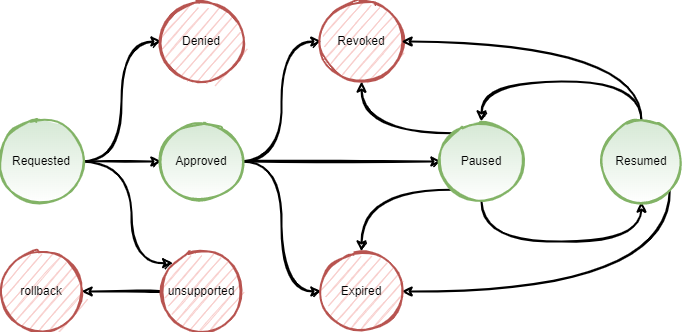
Above: lifecycle/consent.png in iSPIRT/DEPA (draw.io), before the change. Source tidied: cells renumbered, new cells last; positions are measured from the earlier drawing's top-left corner, leaving out a move shared by most shapes. Its diagram source:
```xml
<mxGraphModel background="#FFFFFF">
  <root>
    <mxCell id="0" />
    <mxCell id="1" parent="0" />
    <mxCell id="2" style="edgeStyle=orthogonalEdgeStyle;rounded=0;jettySize=auto;html=1;strokeWidth=2;sketch=1;curved=1;" parent="1" edge="1" source="5" target="9">
      <mxGeometry relative="1" as="geometry" />
    </mxCell>
    <mxCell id="3" style="edgeStyle=orthogonalEdgeStyle;rounded=0;jettySize=auto;html=1;strokeWidth=2;sketch=1;curved=1;entryX=0;entryY=0.5;entryDx=0;entryDy=0;" parent="1" edge="1" source="5" target="14">
      <mxGeometry relative="1" as="geometry" />
    </mxCell>
    <mxCell id="4" style="edgeStyle=orthogonalEdgeStyle;jettySize=auto;html=1;entryX=0;entryY=0;entryDx=0;entryDy=0;sketch=1;curved=1;strokeWidth=2;" parent="1" edge="1" source="5" target="22">
      <mxGeometry relative="1" as="geometry">
        <Array as="points">
          <mxPoint x="130" y="160" />
          <mxPoint x="130" y="262" />
        </Array>
      </mxGeometry>
    </mxCell>
    <mxCell id="5" value="Requested" style="ellipse;whiteSpace=wrap;html=1;strokeWidth=2;rounded=0;sketch=1;fillColor=#d5e8d4;strokeColor=#82b366;gradientColor=#ffffff;" parent="1" vertex="1">
      <mxGeometry y="120" width="80" height="80" as="geometry" />
    </mxCell>
    <mxCell id="6" style="edgeStyle=orthogonalEdgeStyle;rounded=0;jettySize=auto;html=1;strokeWidth=2;sketch=1;curved=1;" parent="1" edge="1" source="9" target="13">
      <mxGeometry relative="1" as="geometry" />
    </mxCell>
    <mxCell id="7" style="edgeStyle=orthogonalEdgeStyle;rounded=0;jettySize=auto;html=1;strokeWidth=2;sketch=1;curved=1;entryX=0;entryY=0.5;entryDx=0;entryDy=0;exitX=1;exitY=0.5;exitDx=0;exitDy=0;" parent="1" edge="1" source="9" target="15">
      <mxGeometry relative="1" as="geometry" />
    </mxCell>
    <mxCell id="8" style="edgeStyle=orthogonalEdgeStyle;jettySize=auto;html=1;entryX=0;entryY=0.5;entryDx=0;entryDy=0;strokeWidth=2;curved=1;sketch=1;" parent="1" edge="1" source="9" target="20">
      <mxGeometry relative="1" as="geometry" />
    </mxCell>
    <mxCell id="9" value="Approved" style="ellipse;whiteSpace=wrap;html=1;strokeWidth=2;rounded=0;sketch=1;fillColor=#d5e8d4;strokeColor=#82b366;gradientColor=#ffffff;" parent="1" vertex="1">
      <mxGeometry x="160" y="120" width="80" height="80" as="geometry" />
    </mxCell>
    <mxCell id="10" style="edgeStyle=orthogonalEdgeStyle;rounded=0;jettySize=auto;html=1;strokeWidth=2;sketch=1;curved=1;exitX=0.5;exitY=1;exitDx=0;exitDy=0;entryX=0.5;entryY=1;entryDx=0;entryDy=0;" parent="1" edge="1" source="13" target="19">
      <mxGeometry relative="1" as="geometry">
        <Array as="points">
          <mxPoint x="480" y="240" />
          <mxPoint x="640" y="240" />
        </Array>
      </mxGeometry>
    </mxCell>
    <mxCell id="11" style="edgeStyle=orthogonalEdgeStyle;curved=1;sketch=1;jettySize=auto;html=1;exitX=0;exitY=1;exitDx=0;exitDy=0;entryX=0.5;entryY=0;entryDx=0;entryDy=0;strokeWidth=2;" parent="1" edge="1" source="13" target="20">
      <mxGeometry relative="1" as="geometry" />
    </mxCell>
    <mxCell id="12" style="edgeStyle=orthogonalEdgeStyle;curved=1;sketch=1;jettySize=auto;html=1;exitX=0;exitY=0;exitDx=0;exitDy=0;entryX=0.5;entryY=1;entryDx=0;entryDy=0;strokeWidth=2;" parent="1" edge="1" source="13" target="15">
      <mxGeometry relative="1" as="geometry" />
    </mxCell>
    <mxCell id="13" value="Paused" style="ellipse;whiteSpace=wrap;html=1;strokeWidth=2;rounded=0;sketch=1;fillColor=#d5e8d4;strokeColor=#82b366;gradientColor=#ffffff;" parent="1" vertex="1">
      <mxGeometry x="440" y="120" width="80" height="80" as="geometry" />
    </mxCell>
    <mxCell id="14" value="Denied" style="ellipse;whiteSpace=wrap;html=1;strokeWidth=2;rounded=0;sketch=1;fillColor=#f8cecc;strokeColor=#b85450;" parent="1" vertex="1">
      <mxGeometry x="160" width="80" height="80" as="geometry" />
    </mxCell>
    <mxCell id="15" value="Revoked" style="ellipse;whiteSpace=wrap;html=1;strokeWidth=2;rounded=0;sketch=1;fillColor=#f8cecc;strokeColor=#b85450;" parent="1" vertex="1">
      <mxGeometry x="320" width="80" height="80" as="geometry" />
    </mxCell>
    <mxCell id="16" style="edgeStyle=orthogonalEdgeStyle;rounded=0;jettySize=auto;html=1;entryX=0.5;entryY=0;entryDx=0;entryDy=0;strokeWidth=2;sketch=1;curved=1;exitX=0.5;exitY=0;exitDx=0;exitDy=0;" parent="1" edge="1" source="19" target="13">
      <mxGeometry relative="1" as="geometry">
        <Array as="points">
          <mxPoint x="640" y="80" />
          <mxPoint x="480" y="80" />
        </Array>
      </mxGeometry>
    </mxCell>
    <mxCell id="17" style="edgeStyle=orthogonalEdgeStyle;curved=1;sketch=1;jettySize=auto;html=1;exitX=1;exitY=1;exitDx=0;exitDy=0;entryX=1;entryY=0.5;entryDx=0;entryDy=0;strokeWidth=2;" parent="1" edge="1" source="19" target="20">
      <mxGeometry relative="1" as="geometry">
        <Array as="points">
          <mxPoint x="668" y="290" />
        </Array>
      </mxGeometry>
    </mxCell>
    <mxCell id="18" style="edgeStyle=orthogonalEdgeStyle;curved=1;sketch=1;jettySize=auto;html=1;exitX=0.5;exitY=0;exitDx=0;exitDy=0;strokeWidth=2;entryX=1;entryY=0.5;entryDx=0;entryDy=0;" parent="1" edge="1" source="19" target="15">
      <mxGeometry relative="1" as="geometry" />
    </mxCell>
    <mxCell id="19" value="Resumed" style="ellipse;whiteSpace=wrap;html=1;strokeWidth=2;rounded=0;sketch=1;fillColor=#d5e8d4;strokeColor=#82b366;gradientColor=#ffffff;" parent="1" vertex="1">
      <mxGeometry x="600" y="120" width="80" height="80" as="geometry" />
    </mxCell>
    <mxCell id="20" value="Expired" style="ellipse;whiteSpace=wrap;html=1;strokeWidth=2;rounded=0;sketch=1;fillColor=#f8cecc;strokeColor=#b85450;" parent="1" vertex="1">
      <mxGeometry x="320" y="250" width="80" height="80" as="geometry" />
    </mxCell>
    <mxCell id="21" style="edgeStyle=orthogonalEdgeStyle;curved=1;sketch=1;jettySize=auto;html=1;entryX=1;entryY=0.5;entryDx=0;entryDy=0;strokeWidth=2;" parent="1" edge="1" source="22" target="23">
      <mxGeometry relative="1" as="geometry" />
    </mxCell>
    <mxCell id="22" value="unsupported" style="ellipse;whiteSpace=wrap;html=1;strokeWidth=2;rounded=0;sketch=1;fillColor=#f8cecc;strokeColor=#b85450;" parent="1" vertex="1">
      <mxGeometry x="160" y="250" width="80" height="80" as="geometry" />
    </mxCell>
    <mxCell id="23" value="rollback" style="ellipse;whiteSpace=wrap;html=1;strokeWidth=2;rounded=0;sketch=1;fillColor=#f8cecc;strokeColor=#b85450;" parent="1" vertex="1">
      <mxGeometry y="250" width="80" height="80" as="geometry" />
    </mxCell>
  </root>
</mxGraphModel>
```
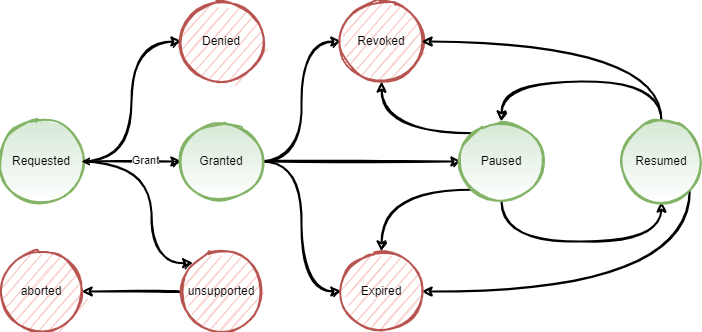
Above is the later version.

The edit, as a diff of the source:
```diff
@@ -17,7 +17,7 @@
       </mxGeometry>
     </mxCell>
     <mxCell id="5" value="Requested" style="ellipse;whiteSpace=wrap;html=1;strokeWidth=2;rounded=0;sketch=1;fillColor=#d5e8d4;strokeColor=#82b366;gradientColor=#ffffff;" parent="1" vertex="1">
-      <mxGeometry y="120" width="80" height="80" as="geometry" />
+      <mxGeometry x="-20" y="120" width="80" height="80" as="geometry" />
     </mxCell>
     <mxCell id="6" style="edgeStyle=orthogonalEdgeStyle;rounded=0;jettySize=auto;html=1;strokeWidth=2;sketch=1;curved=1;" parent="1" edge="1" source="9" target="13">
       <mxGeometry relative="1" as="geometry" />
@@ -28,7 +28,13 @@
     <mxCell id="8" style="edgeStyle=orthogonalEdgeStyle;jettySize=auto;html=1;entryX=0;entryY=0.5;entryDx=0;entryDy=0;strokeWidth=2;curved=1;sketch=1;" parent="1" edge="1" source="9" target="20">
       <mxGeometry relative="1" as="geometry" />
     </mxCell>
+    <mxCell id="24" style="edgeStyle=orthogonalEdgeStyle;rounded=0;jettySize=auto;html=1;" parent="1" edge="1" source="9" target="5">
+      <mxGeometry relative="1" as="geometry" />
+    </mxCell>
+    <mxCell id="25" value="Grant" style="edgeLabel;html=1;align=center;verticalAlign=middle;" parent="24" vertex="1">
+      <mxGeometry x="-0.26" y="-2" relative="1" as="geometry" />
+    </mxCell>
-    <mxCell id="9" value="Approved" style="ellipse;whiteSpace=wrap;html=1;strokeWidth=2;rounded=0;sketch=1;fillColor=#d5e8d4;strokeColor=#82b366;gradientColor=#ffffff;" parent="1" vertex="1">
+    <mxCell id="9" value="Granted" style="ellipse;whiteSpace=wrap;html=1;strokeWidth=2;rounded=0;sketch=1;fillColor=#d5e8d4;strokeColor=#82b366;gradientColor=#ffffff;" parent="1" vertex="1">
       <mxGeometry x="160" y="120" width="80" height="80" as="geometry" />
     </mxCell>
     <mxCell id="10" style="edgeStyle=orthogonalEdgeStyle;rounded=0;jettySize=auto;html=1;strokeWidth=2;sketch=1;curved=1;exitX=0.5;exitY=1;exitDx=0;exitDy=0;entryX=0.5;entryY=1;entryDx=0;entryDy=0;" parent="1" edge="1" source="13" target="19">
@@ -84,8 +90,8 @@
     <mxCell id="22" value="unsupported" style="ellipse;whiteSpace=wrap;html=1;strokeWidth=2;rounded=0;sketch=1;fillColor=#f8cecc;strokeColor=#b85450;" parent="1" vertex="1">
       <mxGeometry x="160" y="250" width="80" height="80" as="geometry" />
     </mxCell>
-    <mxCell id="23" value="rollback" style="ellipse;whiteSpace=wrap;html=1;strokeWidth=2;rounded=0;sketch=1;fillColor=#f8cecc;strokeColor=#b85450;" parent="1" vertex="1">
-      <mxGeometry y="250" width="80" height="80" as="geometry" />
+    <mxCell id="23" value="aborted" style="ellipse;whiteSpace=wrap;html=1;strokeWidth=2;rounded=0;sketch=1;fillColor=#f8cecc;strokeColor=#b85450;" parent="1" vertex="1">
+      <mxGeometry x="-20" y="250" width="80" height="80" as="geometry" />
     </mxCell>
   </root>
 </mxGraphModel>
```
